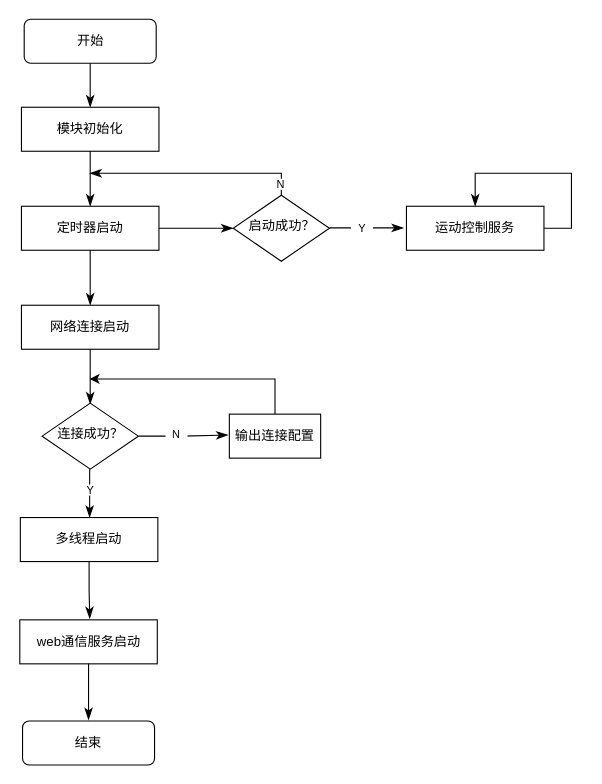
Above: 图4.8mainpy文件.drawio in KAZAMA-DREAM/picture (draw.io), before the change. Source tidied: cells renumbered, new cells numbered last; positions are measured from the earlier drawing's top-left corner, leaving out a move shared by most shapes. Both pictures are drawn from the tidied source at 110%, with x=0, y=0 at pixel (20, 19).
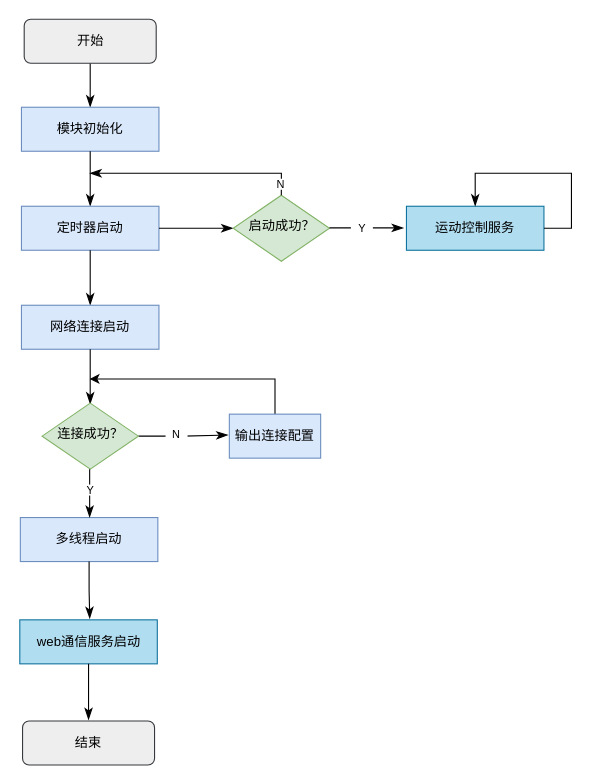
The same page after the edit.

Commit message (it also covers changes not shown here):
更新图4.8mainpy文件.drawio

Diff of the diagram source:
```diff
@@
-    <mxCell id="3" value="开始" style="rounded=1;whiteSpace=wrap;html=1;fontSize=12;glass=0;strokeWidth=1;shadow=0;" parent="1" vertex="1">
+    <mxCell id="3" value="开始" style="rounded=1;whiteSpace=wrap;html=1;fontSize=12;glass=0;strokeWidth=1;shadow=0;fillColor=#eeeeee;strokeColor=#36393d;" parent="1" vertex="1">
       <mxGeometry x="3.5" width="120" height="40" as="geometry" />
     </mxCell>
-    <mxCell id="4" value="模块初始化" style="rounded=0;whiteSpace=wrap;html=1;" parent="1" vertex="1">
+    <mxCell id="4" value="模块初始化" style="rounded=0;whiteSpace=wrap;html=1;fillColor=#dae8fc;strokeColor=#6c8ebf;" parent="1" vertex="1">
       <mxGeometry x="1" y="80" width="125" height="40" as="geometry" />
     </mxCell>
@@
-    <mxCell id="6" value="定时器启动" style="rounded=0;whiteSpace=wrap;html=1;" parent="1" vertex="1">
+    <mxCell id="6" value="定时器启动" style="rounded=0;whiteSpace=wrap;html=1;fillColor=#dae8fc;strokeColor=#6c8ebf;" parent="1" vertex="1">
       <mxGeometry x="1" y="170" width="125" height="40" as="geometry" />
     </mxCell>
@@
-    <mxCell id="8" value="网络连接启动" style="rounded=0;whiteSpace=wrap;html=1;" parent="1" vertex="1">
+    <mxCell id="8" value="网络连接启动" style="rounded=0;whiteSpace=wrap;html=1;fillColor=#dae8fc;strokeColor=#6c8ebf;" parent="1" vertex="1">
       <mxGeometry x="1" y="260" width="125" height="40" as="geometry" />
     </mxCell>
@@
-    <mxCell id="10" value="多线程启动" style="rounded=0;whiteSpace=wrap;html=1;" parent="1" vertex="1">
+    <mxCell id="10" value="多线程启动" style="rounded=0;whiteSpace=wrap;html=1;fillColor=#dae8fc;strokeColor=#6c8ebf;" parent="1" vertex="1">
       <mxGeometry y="453" width="125" height="40" as="geometry" />
     </mxCell>
@@
-    <mxCell id="13" value="运动控制服务" style="rounded=0;whiteSpace=wrap;html=1;" parent="1" vertex="1">
+    <mxCell id="13" value="运动控制服务" style="rounded=0;whiteSpace=wrap;html=1;fillColor=#b1ddf0;strokeColor=#10739e;" parent="1" vertex="1">
       <mxGeometry x="351" y="170" width="125" height="40" as="geometry" />
     </mxCell>
-    <mxCell id="14" value="启动成功？" style="rhombus;whiteSpace=wrap;html=1;shadow=0;fontFamily=Helvetica;fontSize=12;align=center;strokeWidth=1;spacing=6;spacingTop=-4;" parent="1" vertex="1">
+    <mxCell id="14" value="启动成功？" style="rhombus;whiteSpace=wrap;html=1;shadow=0;fontFamily=Helvetica;fontSize=12;align=center;strokeWidth=1;spacing=6;spacingTop=-4;fillColor=#d5e8d4;strokeColor=#82b366;" parent="1" vertex="1">
       <mxGeometry x="193.5" y="160" width="87.5" height="60" as="geometry" />
     </mxCell>
@@
-    <mxCell id="20" value="连接成功？" style="rhombus;whiteSpace=wrap;html=1;shadow=0;fontFamily=Helvetica;fontSize=12;align=center;strokeWidth=1;spacing=6;spacingTop=-4;" parent="1" vertex="1">
+    <mxCell id="20" value="连接成功？" style="rhombus;whiteSpace=wrap;html=1;shadow=0;fontFamily=Helvetica;fontSize=12;align=center;strokeWidth=1;spacing=6;spacingTop=-4;fillColor=#d5e8d4;strokeColor=#82b366;" parent="1" vertex="1">
       <mxGeometry x="19.8" y="349" width="87.5" height="60" as="geometry" />
     </mxCell>
@@
-    <mxCell id="25" value="输出连接配置" style="rounded=0;whiteSpace=wrap;html=1;" parent="1" vertex="1">
+    <mxCell id="25" value="输出连接配置" style="rounded=0;whiteSpace=wrap;html=1;fillColor=#dae8fc;strokeColor=#6c8ebf;" parent="1" vertex="1">
       <mxGeometry x="190" y="359" width="83" height="40" as="geometry" />
     </mxCell>
-    <mxCell id="26" value="web通信服务启动" style="rounded=0;whiteSpace=wrap;html=1;" parent="1" vertex="1">
+    <mxCell id="26" value="web通信服务启动" style="rounded=0;whiteSpace=wrap;html=1;fillColor=#b1ddf0;strokeColor=#10739e;" parent="1" vertex="1">
       <mxGeometry x="-0.5" y="546" width="125" height="40" as="geometry" />
     </mxCell>
@@
-    <mxCell id="28" value="结束" style="rounded=1;whiteSpace=wrap;html=1;fontSize=12;glass=0;strokeWidth=1;shadow=0;" parent="1" vertex="1">
+    <mxCell id="28" value="结束" style="rounded=1;whiteSpace=wrap;html=1;fontSize=12;glass=0;strokeWidth=1;shadow=0;fillColor=#eeeeee;strokeColor=#36393d;" parent="1" vertex="1">
       <mxGeometry x="2" y="638" width="120" height="40" as="geometry" />
     </mxCell>
```
